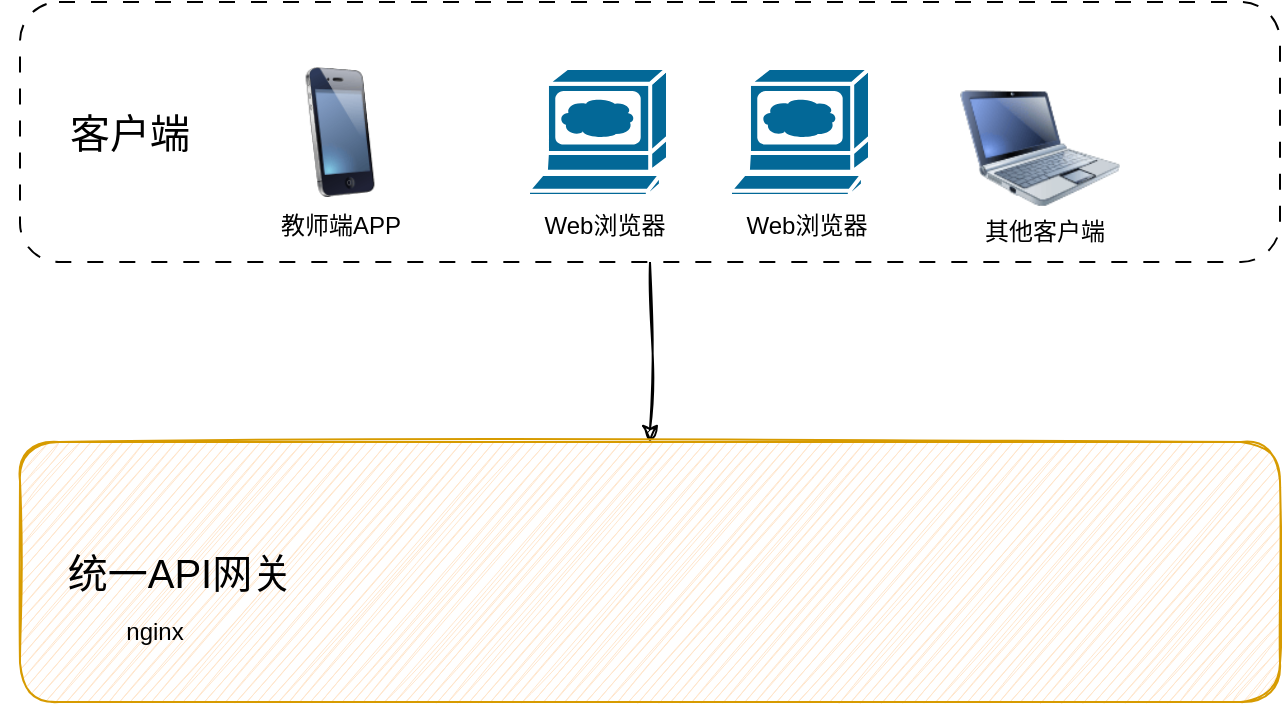
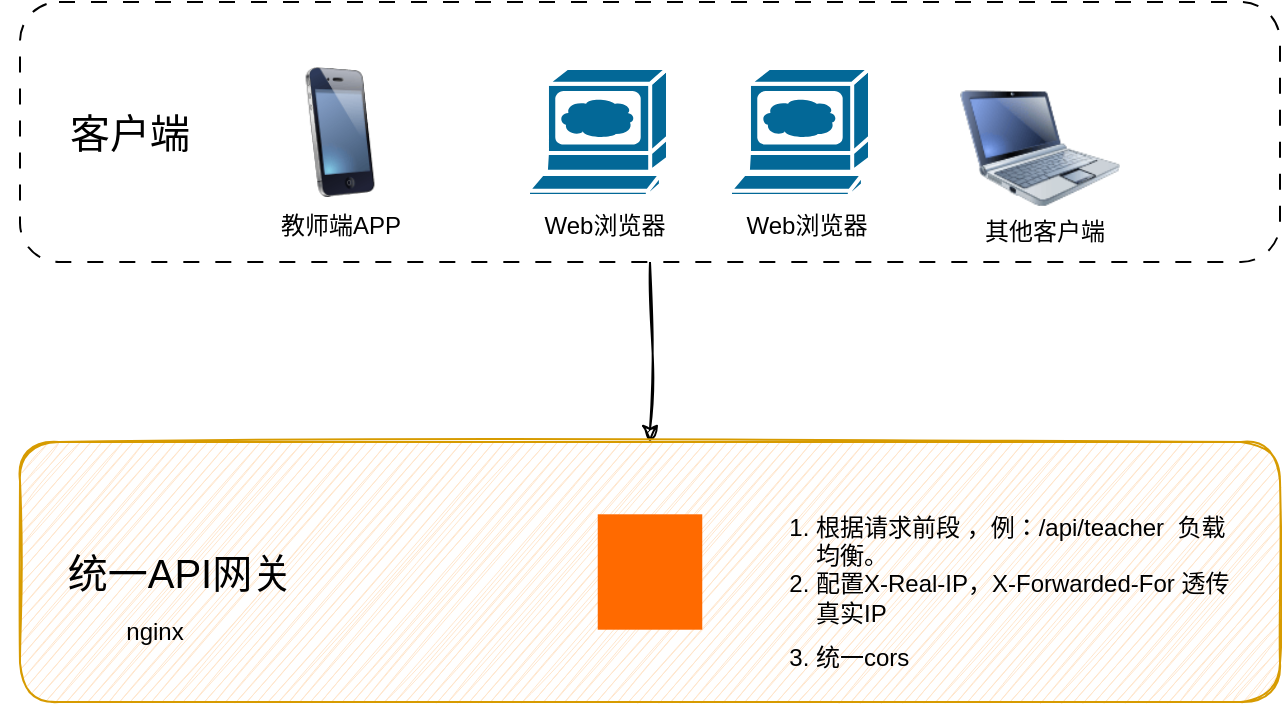
<mxfile host="app.diagrams.net" agent="5.0 (Windows NT 10.0; Win64; x64) AppleWebKit/537.36 (KHTML, like Gecko) Chrome/99.0.4844.51 Safari/537.36">
  <diagram id="piDafpqhtRUU5qUU-vj8" name="Page-1">
    <mxGraphModel dx="1417" dy="761" grid="1" gridSize="10" guides="1" tooltips="1" connect="1" arrows="1" fold="1" page="1" pageScale="1" pageWidth="827" pageHeight="1169" background="none" math="0" shadow="0">
      <root>
        <mxCell id="0" />
        <mxCell id="1" parent="0" />
        <mxCell id="-MD85wsI__NYyljHFUac-12" edge="1" parent="1" source="5cpTgLDWtTwDe1421ZuN-3" style="edgeStyle=orthogonalEdgeStyle;rounded=0;orthogonalLoop=1;jettySize=auto;html=1;shadow=0;sketch=1;curveFitting=1;jiggle=2;" target="-MD85wsI__NYyljHFUac-11">
          <mxGeometry relative="1" as="geometry" />
        </mxCell>
        <mxCell id="5cpTgLDWtTwDe1421ZuN-3" parent="1" style="rounded=1;whiteSpace=wrap;html=1;shadow=0;glass=0;dashed=1;dashPattern=8 8;" value="" vertex="1">
          <mxGeometry height="130" width="630" x="90" y="30" as="geometry" />
        </mxCell>
        <mxCell id="-MD85wsI__NYyljHFUac-2" parent="1" style="text;html=1;whiteSpace=wrap;strokeColor=none;fillColor=none;align=center;verticalAlign=middle;rounded=0;" value="&lt;font style=&quot;font-size: 20px;&quot;&gt;客户端&lt;/font&gt;" vertex="1">
          <mxGeometry height="30" width="70" x="110" y="80" as="geometry" />
        </mxCell>
        <mxCell id="-MD85wsI__NYyljHFUac-3" parent="1" style="sketch=0;html=1;pointerEvents=1;dashed=0;fillColor=#036897;strokeColor=#ffffff;strokeWidth=2;verticalLabelPosition=bottom;verticalAlign=top;align=center;outlineConnect=0;shape=mxgraph.cisco.computers_and_peripherals.web_browser;" value="" vertex="1">
          <mxGeometry height="64" width="70" x="344" y="63" as="geometry" />
        </mxCell>
        <mxCell id="-MD85wsI__NYyljHFUac-4" parent="1" style="text;html=1;whiteSpace=wrap;strokeColor=none;fillColor=none;align=center;verticalAlign=middle;rounded=0;" value="Web浏览器" vertex="1">
          <mxGeometry height="30" width="75" x="345" y="127" as="geometry" />
        </mxCell>
        <mxCell id="-MD85wsI__NYyljHFUac-5" parent="1" style="sketch=0;html=1;pointerEvents=1;dashed=0;fillColor=#036897;strokeColor=#ffffff;strokeWidth=2;verticalLabelPosition=bottom;verticalAlign=top;align=center;outlineConnect=0;shape=mxgraph.cisco.computers_and_peripherals.web_browser;" value="" vertex="1">
          <mxGeometry height="64" width="70" x="445" y="63" as="geometry" />
        </mxCell>
        <mxCell id="-MD85wsI__NYyljHFUac-6" parent="1" style="text;html=1;whiteSpace=wrap;strokeColor=none;fillColor=none;align=center;verticalAlign=middle;rounded=0;" value="Web浏览器" vertex="1">
          <mxGeometry height="30" width="75" x="446" y="127" as="geometry" />
        </mxCell>
        <mxCell id="-MD85wsI__NYyljHFUac-7" parent="1" style="image;html=1;image=img/lib/clip_art/computers/Netbook_128x128.png" value="" vertex="1">
          <mxGeometry height="80" width="80" x="560" y="63" as="geometry" />
        </mxCell>
        <mxCell id="-MD85wsI__NYyljHFUac-8" parent="1" style="image;html=1;image=img/lib/clip_art/telecommunication/iPhone_128x128.png" value="" vertex="1">
          <mxGeometry height="65" width="80" x="210" y="62.5" as="geometry" />
        </mxCell>
        <mxCell id="-MD85wsI__NYyljHFUac-9" parent="1" style="text;html=1;whiteSpace=wrap;strokeColor=none;fillColor=none;align=center;verticalAlign=middle;rounded=0;" value="教师端APP" vertex="1">
          <mxGeometry height="30" width="75" x="212.5" y="127" as="geometry" />
        </mxCell>
        <mxCell id="-MD85wsI__NYyljHFUac-10" parent="1" style="text;html=1;whiteSpace=wrap;strokeColor=none;fillColor=none;align=center;verticalAlign=middle;rounded=0;" value="其他客户端" vertex="1">
          <mxGeometry height="30" width="75" x="565" y="130" as="geometry" />
        </mxCell>
        <mxCell id="-MD85wsI__NYyljHFUac-11" parent="1" style="rounded=1;whiteSpace=wrap;html=1;shadow=0;glass=0;sketch=1;fillColor=#ffe6cc;strokeColor=#d79b00;" value="" vertex="1">
          <mxGeometry height="130" width="630" x="90" y="250" as="geometry" />
        </mxCell>
        <mxCell id="-MD85wsI__NYyljHFUac-13" parent="1" style="text;html=1;whiteSpace=wrap;strokeColor=none;fillColor=none;align=center;verticalAlign=middle;rounded=0;" value="&lt;span style=&quot;font-size: 20px;&quot;&gt;统一API网关&lt;/span&gt;" vertex="1">
          <mxGeometry height="30" width="180" x="80" y="300" as="geometry" />
        </mxCell>
        <mxCell id="-MD85wsI__NYyljHFUac-14" parent="1" style="text;html=1;whiteSpace=wrap;strokeColor=none;fillColor=none;align=center;verticalAlign=middle;rounded=0;" value="nginx" vertex="1">
          <mxGeometry height="30" width="75" x="120" y="330" as="geometry" />
        </mxCell>
+         <mxCell id="-MD85wsI__NYyljHFUac-20" parent="1" style="points=[];aspect=fixed;html=1;align=center;shadow=0;dashed=0;fillColor=#FF6A00;strokeColor=none;shape=mxgraph.alibaba_cloud.ehpc_elastic_high_performance_computing;" value="" vertex="1">
+           <mxGeometry height="57.7" width="52.26" x="378.87" y="286.15" as="geometry" />
+         </mxCell>
+         <mxCell id="-MD85wsI__NYyljHFUac-21" parent="1" style="text;html=1;whiteSpace=wrap;strokeColor=none;fillColor=none;align=left;verticalAlign=middle;rounded=0;" value="&lt;ol&gt;&lt;li&gt;&lt;span style=&quot;background-color: transparent; color: light-dark(rgb(0, 0, 0), rgb(255, 255, 255));&quot;&gt;根据请求前段 ，例：/api/teacher&amp;nbsp; 负载均衡。&lt;/span&gt;&lt;/li&gt;&lt;li class=&quot;md-list-item md-focus-container&quot; style=&quot;box-sizing: border-box; margin: 0px; position: relative;&quot;&gt;&lt;p class=&quot;md-end-block md-p md-focus&quot; style=&quot;box-sizing: border-box; line-height: inherit; orphans: 4; margin: 0px 0px 0.5rem; white-space: pre-wrap; position: relative;&quot;&gt;&lt;span class=&quot;md-plain md-expand&quot; style=&quot;box-sizing: border-box;&quot;&gt;配置X-Real-IP，X-Forwarded-For 透传真实IP&lt;/span&gt;&lt;/p&gt;&lt;/li&gt;&lt;li class=&quot;md-list-item md-focus-container&quot; style=&quot;box-sizing: border-box; margin: 0px; position: relative;&quot;&gt;&lt;p class=&quot;md-end-block md-p md-focus&quot; style=&quot;box-sizing: border-box; line-height: inherit; orphans: 4; margin: 0px 0px 0.5rem; white-space: pre-wrap; position: relative;&quot;&gt;统一cors&lt;/p&gt;&lt;/li&gt;&lt;/ol&gt;" vertex="1">
+           <mxGeometry height="90" width="254" x="446" y="280" as="geometry" />
+         </mxCell>
      </root>
    </mxGraphModel>
  </diagram>
</mxfile>
